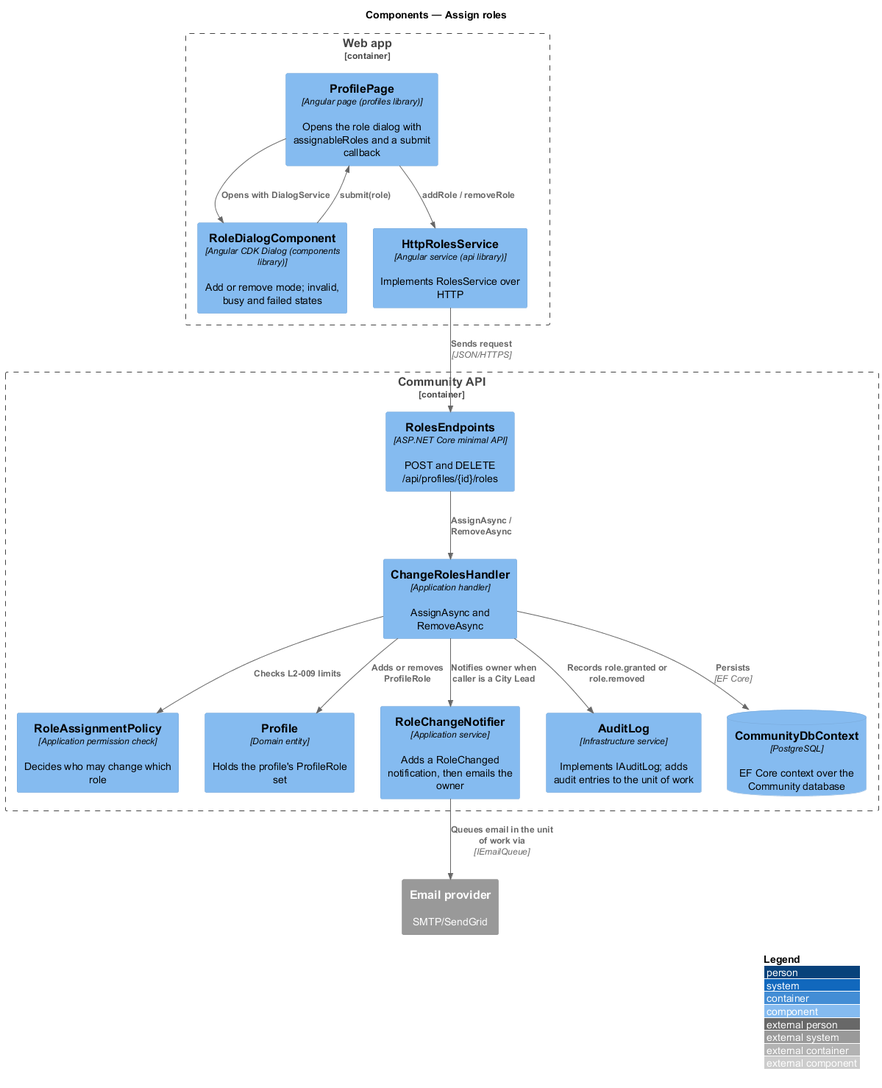
QuinntyneBrown/faithtech-community keeps this PlantUML diagram as docs/detailed-designs/admin/assign-roles/diagrams/c4-component.png. Above is the earlier version.
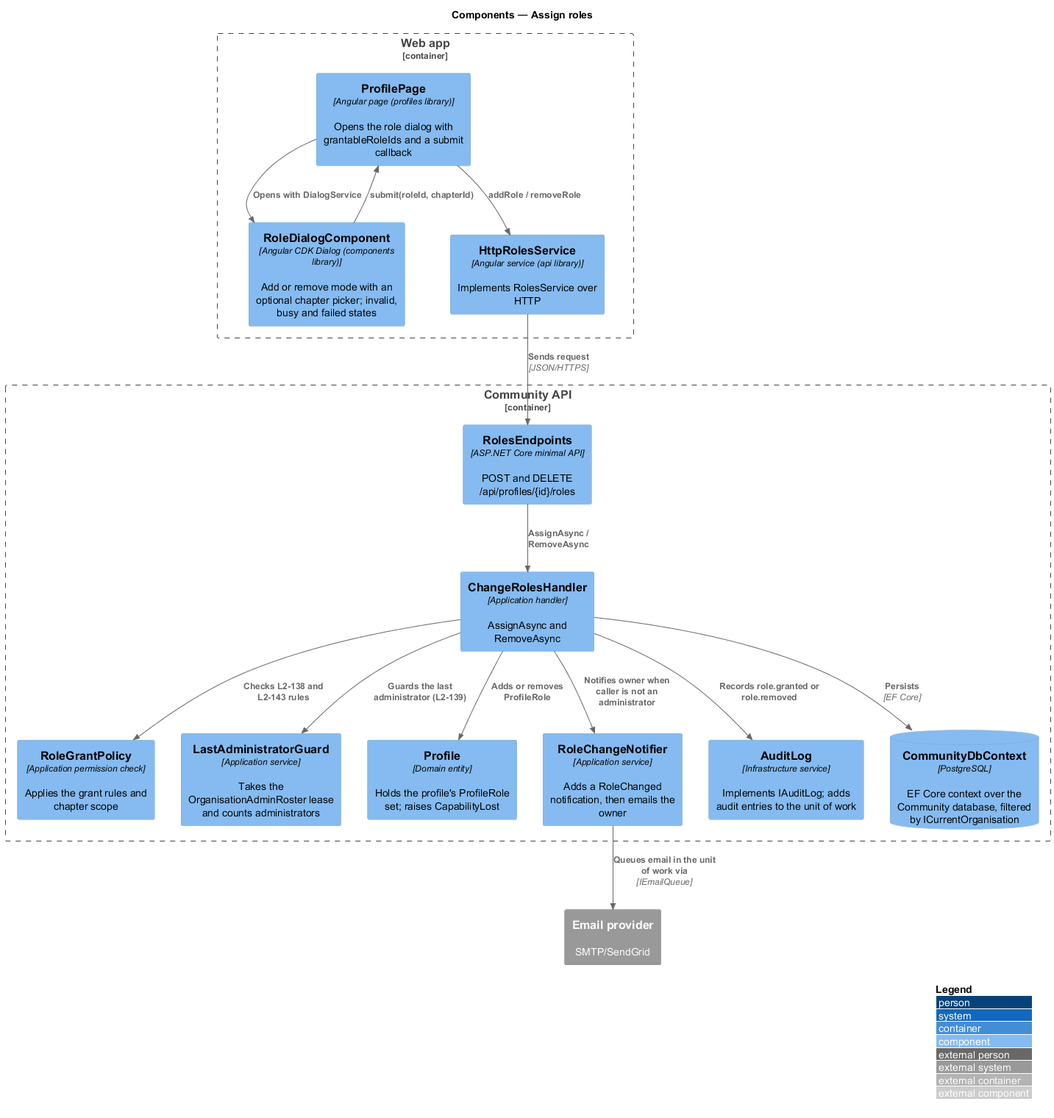
Above is the later version.

Change to the diagram source:
```diff
@@ -3,29 +3,31 @@
 LAYOUT_WITH_LEGEND()
 title Components — Assign roles
 Container_Boundary(web, "Web app") {
-  Component(page, "ProfilePage", "Angular page (profiles library)", "Opens the role dialog with assignableRoles and a submit callback")
-  Component(dlg, "RoleDialogComponent", "Angular CDK Dialog (components library)", "Add or remove mode; invalid, busy and failed states")
+  Component(page, "ProfilePage", "Angular page (profiles library)", "Opens the role dialog with grantableRoleIds and a submit callback")
+  Component(dlg, "RoleDialogComponent", "Angular CDK Dialog (components library)", "Add or remove mode with an optional chapter picker; invalid, busy and failed states")
   Component(svc, "HttpRolesService", "Angular service (api library)", "Implements RolesService over HTTP")
 }
 Container_Boundary(api, "Community API") {
   Component(ep, "RolesEndpoints", "ASP.NET Core minimal API", "POST and DELETE /api/profiles/{id}/roles")
   Component(h, "ChangeRolesHandler", "Application handler", "AssignAsync and RemoveAsync")
-  Component(pol, "RoleAssignmentPolicy", "Application permission check", "Decides who may change which role")
-  Component(prof, "Profile", "Domain entity", "Holds the profile's ProfileRole set")
+  Component(pol, "RoleGrantPolicy", "Application permission check", "Applies the grant rules and chapter scope")
+  Component(guard, "LastAdministratorGuard", "Application service", "Takes the OrganisationAdminRoster lease and counts administrators")
+  Component(prof, "Profile", "Domain entity", "Holds the profile's ProfileRole set; raises CapabilityLost")
   Component(notify, "RoleChangeNotifier", "Application service", "Adds a RoleChanged notification, then emails the owner")
   Component(audit, "AuditLog", "Infrastructure service", "Implements IAuditLog; adds audit entries to the unit of work")
-  ComponentDb(db, "CommunityDbContext", "PostgreSQL", "EF Core context over the Community database")
+  ComponentDb(db, "CommunityDbContext", "PostgreSQL", "EF Core context over the Community database, filtered by ICurrentOrganisation")
 }
 System_Ext(email, "Email provider", "SMTP/SendGrid")
 Rel(page, dlg, "Opens with DialogService")
-Rel(dlg, page, "submit(role)")
+Rel(dlg, page, "submit(roleId, chapterId)")
 Rel(page, svc, "addRole / removeRole")
 Rel(svc, ep, "Sends request", "JSON/HTTPS")
 Rel(ep, h, "AssignAsync / RemoveAsync")
-Rel(h, pol, "Checks L2-009 limits")
+Rel(h, pol, "Checks L2-138 and L2-143 rules")
+Rel(h, guard, "Guards the last administrator (L2-139)")
 Rel(h, prof, "Adds or removes ProfileRole")
 Rel(h, audit, "Records role.granted or role.removed")
-Rel(h, notify, "Notifies owner when caller is a City Lead")
+Rel(h, notify, "Notifies owner when caller is not an administrator")
 Rel(h, db, "Persists", "EF Core")
 Rel(notify, email, "Queues email in the unit of work via", "IEmailQueue")
 @enduml
```
